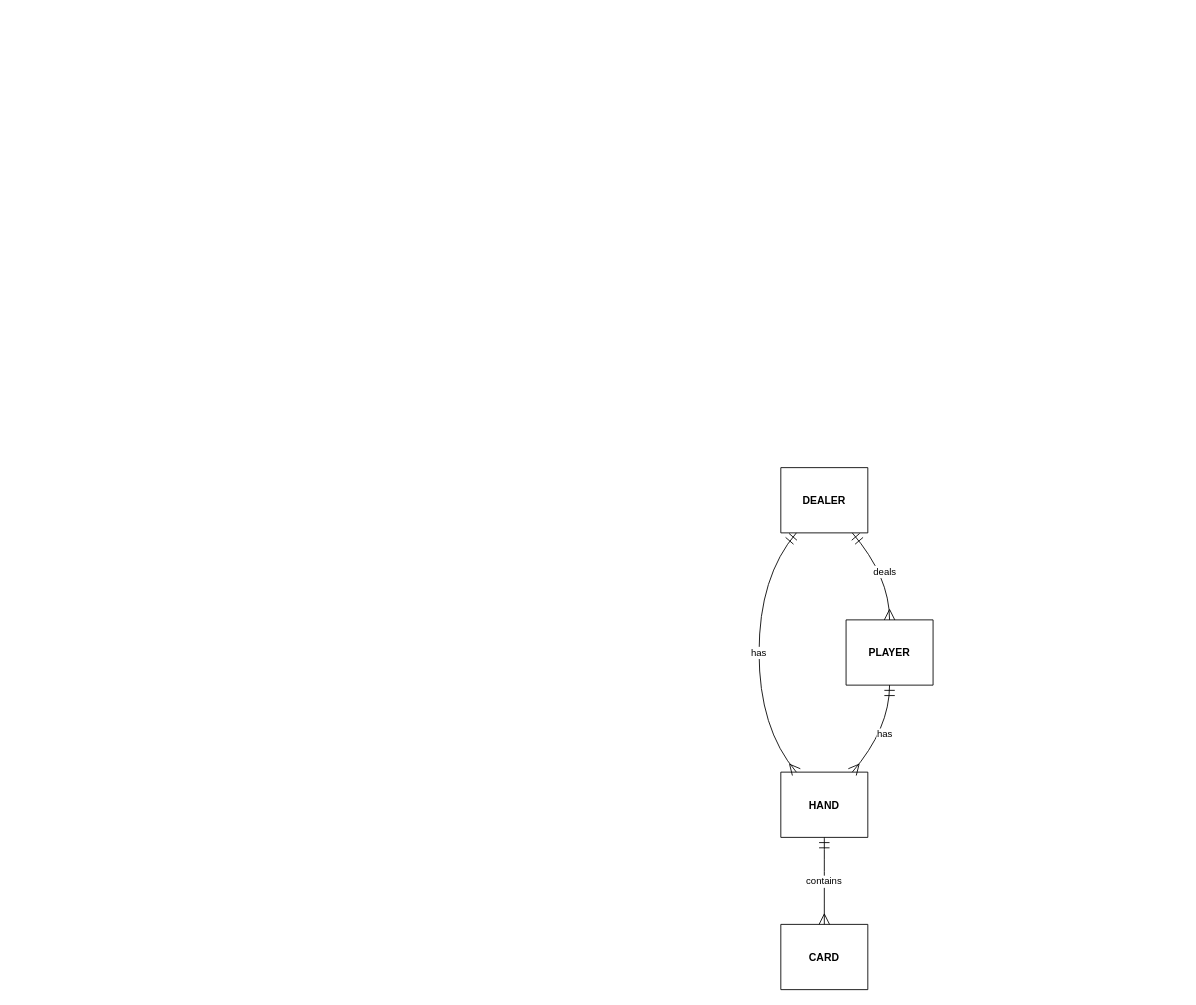
Before: lib/src/main/blackjackDesign/relationshipMap.drawio in 0xjosiah/intro-to-java, a draw.io diagram. Source tidied: cells renumbered, new cells numbered last; positions are measured from the earlier drawing's top-left corner, leaving out a move shared by most shapes. Both pictures are drawn from the tidied source at 87%, with x=0, y=0 at pixel (759, 467).
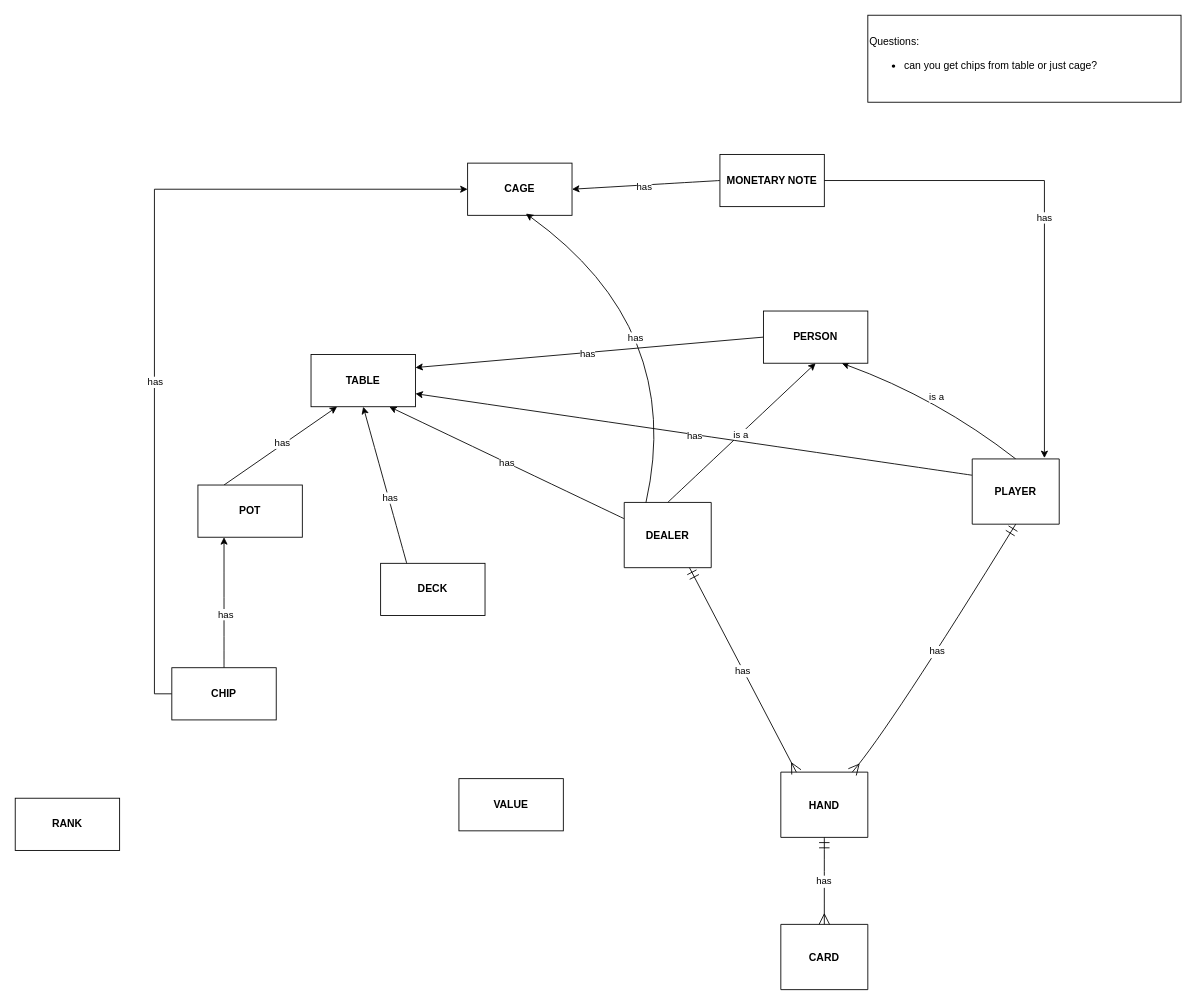
After the change.

Unchanged cells that the change refers to:
```xml
<mxCell id="4" value="HAND" style="shape=table;startSize=75;childLayout=tableLayout;rowLines=1;fontStyle=1;align=center;" parent="1" vertex="1">
  <mxGeometry x="25" y="350" width="100" height="75" as="geometry" />
</mxCell>
<mxCell id="5" value="CARD" style="shape=table;startSize=75;childLayout=tableLayout;rowLines=1;fontStyle=1;align=center;" parent="1" vertex="1">
  <mxGeometry x="25" y="525" width="100" height="75" as="geometry" />
</mxCell>
```

The edit, as a diff of the source:
```diff
@@
+    <mxCell id="10" style="jettySize=auto;html=1;exitX=0.5;exitY=0;exitDx=0;exitDy=0;entryX=0.5;entryY=1;entryDx=0;entryDy=0;curved=1;" parent="1" edge="1" source="2" target="27">
+      <mxGeometry relative="1" as="geometry" />
+    </mxCell>
+    <mxCell id="11" value="is a" style="edgeLabel;html=1;align=center;verticalAlign=middle;" parent="10" vertex="1">
+      <mxGeometry x="-0.02" relative="1" as="geometry" />
+    </mxCell>
+    <mxCell id="12" style="jettySize=auto;html=1;exitX=0;exitY=0.25;exitDx=0;exitDy=0;entryX=0.75;entryY=1;entryDx=0;entryDy=0;curved=1;" parent="1" edge="1" source="2" target="24">
+      <mxGeometry relative="1" as="geometry" />
+    </mxCell>
+    <mxCell id="13" value="has" style="edgeLabel;html=1;align=center;verticalAlign=middle;" parent="12" vertex="1">
+      <mxGeometry y="1" relative="1" as="geometry">
+        <mxPoint y="-1" as="offset" />
+      </mxGeometry>
+    </mxCell>
     <mxCell id="2" value="DEALER" style="shape=table;startSize=75;childLayout=tableLayout;rowLines=1;fontStyle=1;align=center;" parent="1" vertex="1">
-      <mxGeometry x="25" width="100" height="75" as="geometry" />
+      <mxGeometry x="-155" y="40" width="100" height="75" as="geometry" />
     </mxCell>
+    <mxCell id="14" style="jettySize=auto;html=1;exitX=0.5;exitY=0;exitDx=0;exitDy=0;entryX=0.75;entryY=1;entryDx=0;entryDy=0;curved=1;" parent="1" edge="1" source="3" target="27">
+      <mxGeometry relative="1" as="geometry">
+        <Array as="points">
+          <mxPoint x="205" y="-80" />
+        </Array>
+      </mxGeometry>
+    </mxCell>
+    <mxCell id="15" value="is a" style="edgeLabel;html=1;align=center;verticalAlign=middle;" parent="14" vertex="1">
+      <mxGeometry y="-1" relative="1" as="geometry" />
+    </mxCell>
+    <mxCell id="16" style="jettySize=auto;html=1;exitX=0;exitY=0.25;exitDx=0;exitDy=0;entryX=1;entryY=0.75;entryDx=0;entryDy=0;curved=1;" parent="1" edge="1" source="3" target="24">
+      <mxGeometry relative="1" as="geometry" />
+    </mxCell>
+    <mxCell id="17" value="has" style="edgeLabel;html=1;align=center;verticalAlign=middle;" parent="16" vertex="1">
+      <mxGeometry y="2" relative="1" as="geometry" />
+    </mxCell>
     <mxCell id="3" value="PLAYER" style="shape=table;startSize=75;childLayout=tableLayout;rowLines=1;fontStyle=1;align=center;" parent="1" vertex="1">
-      <mxGeometry x="100" y="175" width="100" height="75" as="geometry" />
+      <mxGeometry x="245" y="-10" width="100" height="75" as="geometry" />
     </mxCell>
@@
-    <mxCell id="6" value="deals" style="curved=1;startArrow=ERmandOne;startSize=10;endArrow=ERmany;endSize=10;exitX=0.8214285714285714;exitY=1;entryX=0.5;entryY=0;" parent="1" edge="1" source="2" target="3">
-      <mxGeometry relative="1" as="geometry">
-        <Array as="points">
-          <mxPoint x="150" y="125" />
-        </Array>
-      </mxGeometry>
-    </mxCell>
-    <mxCell id="7" value="has" style="curved=1;startArrow=ERmandOne;startSize=10;endArrow=ERmany;endSize=10;exitX=0.17857142857142855;exitY=1;entryX=0.17857142857142855;entryY=0;" parent="1" edge="1" source="2" target="4">
-      <mxGeometry relative="1" as="geometry">
-        <Array as="points">
-          <mxPoint y="125" />
-          <mxPoint y="300" />
-        </Array>
-      </mxGeometry>
+    <mxCell id="7" value="has" style="startArrow=ERmandOne;startSize=10;endArrow=ERmany;endSize=10;exitX=0.75;exitY=1;entryX=0.17857142857142855;entryY=0;exitDx=0;exitDy=0;" parent="1" edge="1" source="2" target="4">
+      <mxGeometry relative="1" as="geometry" />
     </mxCell>
@@
-    <mxCell id="9" value="contains" style="curved=1;startArrow=ERmandOne;startSize=10;endArrow=ERmany;endSize=10;exitX=0.5;exitY=1;entryX=0.5;entryY=0;" parent="1" edge="1" source="4" target="5">
+    <mxCell id="9" value="has" style="curved=1;startArrow=ERmandOne;startSize=10;endArrow=ERmany;endSize=10;exitX=0.5;exitY=1;entryX=0.5;entryY=0;" parent="1" edge="1" source="4" target="5">
       <mxGeometry relative="1" as="geometry" />
     </mxCell>
+    <mxCell id="18" style="jettySize=auto;html=1;exitX=0.5;exitY=0;exitDx=0;exitDy=0;entryX=0.25;entryY=1;entryDx=0;entryDy=0;curved=1;" parent="1" edge="1" source="22" target="32">
+      <mxGeometry relative="1" as="geometry" />
+    </mxCell>
+    <mxCell id="19" value="has" style="edgeLabel;html=1;align=center;verticalAlign=middle;" parent="18" vertex="1">
+      <mxGeometry x="-0.17" y="-1" relative="1" as="geometry" />
+    </mxCell>
+    <mxCell id="20" style="edgeStyle=orthogonalEdgeStyle;rounded=0;jettySize=auto;html=1;exitX=0;exitY=0.5;exitDx=0;exitDy=0;entryX=0;entryY=0.5;entryDx=0;entryDy=0;" parent="1" edge="1" source="22" target="36">
+      <mxGeometry relative="1" as="geometry" />
+    </mxCell>
+    <mxCell id="21" value="has" style="edgeLabel;html=1;align=center;verticalAlign=middle;" parent="20" vertex="1">
+      <mxGeometry x="-0.21" relative="1" as="geometry" />
+    </mxCell>
+    <mxCell id="22" value="&lt;b&gt;CHIP&lt;/b&gt;" style="rounded=0;whiteSpace=wrap;html=1;" parent="1" vertex="1">
+      <mxGeometry x="-675" y="230" width="120" height="60" as="geometry" />
+    </mxCell>
+    <mxCell id="23" value="&lt;b&gt;VALUE&lt;/b&gt;" style="rounded=0;whiteSpace=wrap;html=1;" parent="1" vertex="1">
+      <mxGeometry x="-345" y="357.5" width="120" height="60" as="geometry" />
+    </mxCell>
+    <mxCell id="24" value="&lt;b&gt;TABLE&lt;/b&gt;" style="rounded=0;whiteSpace=wrap;html=1;" parent="1" vertex="1">
+      <mxGeometry x="-515" y="-130" width="120" height="60" as="geometry" />
+    </mxCell>
+    <mxCell id="25" style="jettySize=auto;html=1;exitX=0;exitY=0.5;exitDx=0;exitDy=0;entryX=1;entryY=0.25;entryDx=0;entryDy=0;" parent="1" edge="1" source="27" target="24">
+      <mxGeometry relative="1" as="geometry" />
+    </mxCell>
+    <mxCell id="26" value="has" style="edgeLabel;html=1;align=center;verticalAlign=middle;" parent="25" vertex="1">
+      <mxGeometry x="0.01" y="1" relative="1" as="geometry" />
+    </mxCell>
+    <mxCell id="27" value="&lt;b&gt;PERSON&lt;/b&gt;" style="rounded=0;whiteSpace=wrap;html=1;" parent="1" vertex="1">
+      <mxGeometry x="5" y="-180" width="120" height="60" as="geometry" />
+    </mxCell>
+    <mxCell id="28" style="edgeStyle=orthogonalEdgeStyle;jettySize=auto;html=1;exitX=0.25;exitY=0;exitDx=0;exitDy=0;entryX=0.75;entryY=1;entryDx=0;entryDy=0;strokeColor=none;curved=1;" parent="1" edge="1" source="29" target="24">
+      <mxGeometry relative="1" as="geometry" />
+    </mxCell>
+    <mxCell id="29" value="&lt;b&gt;DECK&lt;/b&gt;" style="rounded=0;whiteSpace=wrap;html=1;" parent="1" vertex="1">
+      <mxGeometry x="-435" y="110" width="120" height="60" as="geometry" />
+    </mxCell>
+    <mxCell id="30" style="jettySize=auto;html=1;exitX=0.25;exitY=0;exitDx=0;exitDy=0;entryX=0.25;entryY=1;entryDx=0;entryDy=0;" parent="1" edge="1" source="32" target="24">
+      <mxGeometry relative="1" as="geometry" />
+    </mxCell>
+    <mxCell id="31" value="has" style="edgeLabel;html=1;align=center;verticalAlign=middle;" parent="30" vertex="1">
+      <mxGeometry x="0.04" y="2" relative="1" as="geometry" />
+    </mxCell>
+    <mxCell id="32" value="&lt;b&gt;POT&lt;/b&gt;" style="rounded=0;whiteSpace=wrap;html=1;" parent="1" vertex="1">
+      <mxGeometry x="-645" y="20" width="120" height="60" as="geometry" />
+    </mxCell>
+    <mxCell id="33" value="&lt;b&gt;RANK&lt;/b&gt;" style="rounded=0;whiteSpace=wrap;html=1;" parent="1" vertex="1">
+      <mxGeometry x="-855" y="380" width="120" height="60" as="geometry" />
+    </mxCell>
+    <mxCell id="34" style="jettySize=auto;html=1;exitX=0.25;exitY=0;exitDx=0;exitDy=0;entryX=0.5;entryY=1;entryDx=0;entryDy=0;curved=1;" parent="1" edge="1" source="29" target="24">
+      <mxGeometry relative="1" as="geometry" />
+    </mxCell>
+    <mxCell id="35" value="has" style="edgeLabel;html=1;align=center;verticalAlign=middle;" parent="34" vertex="1">
+      <mxGeometry x="-0.17" y="-1" relative="1" as="geometry" />
+    </mxCell>
+    <mxCell id="36" value="&lt;b&gt;CAGE&lt;/b&gt;" style="whiteSpace=wrap;html=1;" parent="1" vertex="1">
+      <mxGeometry x="-335" y="-350" width="120" height="60" as="geometry" />
+    </mxCell>
+    <mxCell id="37" value="Questions:&lt;br&gt;&lt;ul&gt;&lt;li&gt;can you get chips from table or just cage?&lt;/li&gt;&lt;/ul&gt;" style="whiteSpace=wrap;html=1;align=left;" parent="1" vertex="1">
+      <mxGeometry x="125" y="-520" width="360" height="100" as="geometry" />
+    </mxCell>
+    <mxCell id="38" style="jettySize=auto;html=1;exitX=0.25;exitY=0;exitDx=0;exitDy=0;entryX=0.558;entryY=0.967;entryDx=0;entryDy=0;entryPerimeter=0;curved=1;" parent="1" edge="1" source="2" target="36">
+      <mxGeometry relative="1" as="geometry">
+        <Array as="points">
+          <mxPoint x="-85" y="-160" />
+        </Array>
+      </mxGeometry>
+    </mxCell>
+    <mxCell id="39" value="has" style="edgeLabel;html=1;align=center;verticalAlign=middle;" parent="38" vertex="1">
+      <mxGeometry x="0.14" y="42" relative="1" as="geometry" />
+    </mxCell>
+    <mxCell id="40" style="jettySize=auto;html=1;exitX=0;exitY=0.5;exitDx=0;exitDy=0;entryX=1;entryY=0.5;entryDx=0;entryDy=0;curved=1;" parent="1" edge="1" source="42" target="36">
+      <mxGeometry relative="1" as="geometry" />
+    </mxCell>
+    <mxCell id="41" value="has" style="edgeLabel;html=1;align=center;verticalAlign=middle;" parent="40" vertex="1">
+      <mxGeometry x="0.03" y="1" relative="1" as="geometry" />
+    </mxCell>
+    <mxCell id="42" value="&lt;b&gt;MONETARY NOTE&lt;/b&gt;" style="whiteSpace=wrap;html=1;" parent="1" vertex="1">
+      <mxGeometry x="-45" y="-360" width="120" height="60" as="geometry" />
+    </mxCell>
+    <mxCell id="43" style="edgeStyle=orthogonalEdgeStyle;rounded=0;jettySize=auto;html=1;exitX=1;exitY=0.5;exitDx=0;exitDy=0;entryX=0.83;entryY=-0.013;entryDx=0;entryDy=0;entryPerimeter=0;" parent="1" edge="1" source="42" target="3">
+      <mxGeometry relative="1" as="geometry" />
+    </mxCell>
+    <mxCell id="44" value="has" style="edgeLabel;html=1;align=center;verticalAlign=middle;" parent="43" vertex="1">
+      <mxGeometry x="0.03" y="-1" relative="1" as="geometry" />
+    </mxCell>
```
